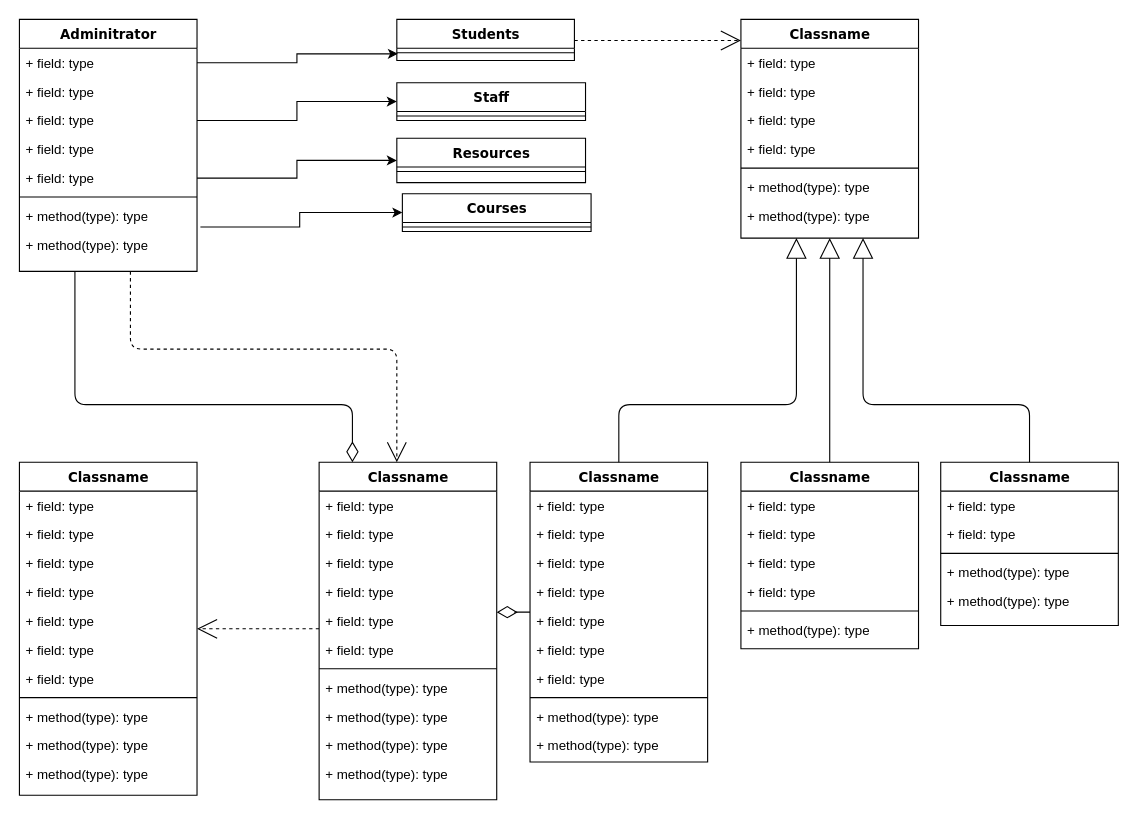
This is extra/Untitled Diagram.drawio from Laxman67/SchoolCool, a draw.io file, before an edit. Source tidied: cells renumbered, new cells numbered last; positions are measured from the earlier drawing's top-left corner, leaving out a move shared by most shapes. Both pictures are drawn from the tidied source at 111%, with x=0, y=0 at pixel (19, 19).
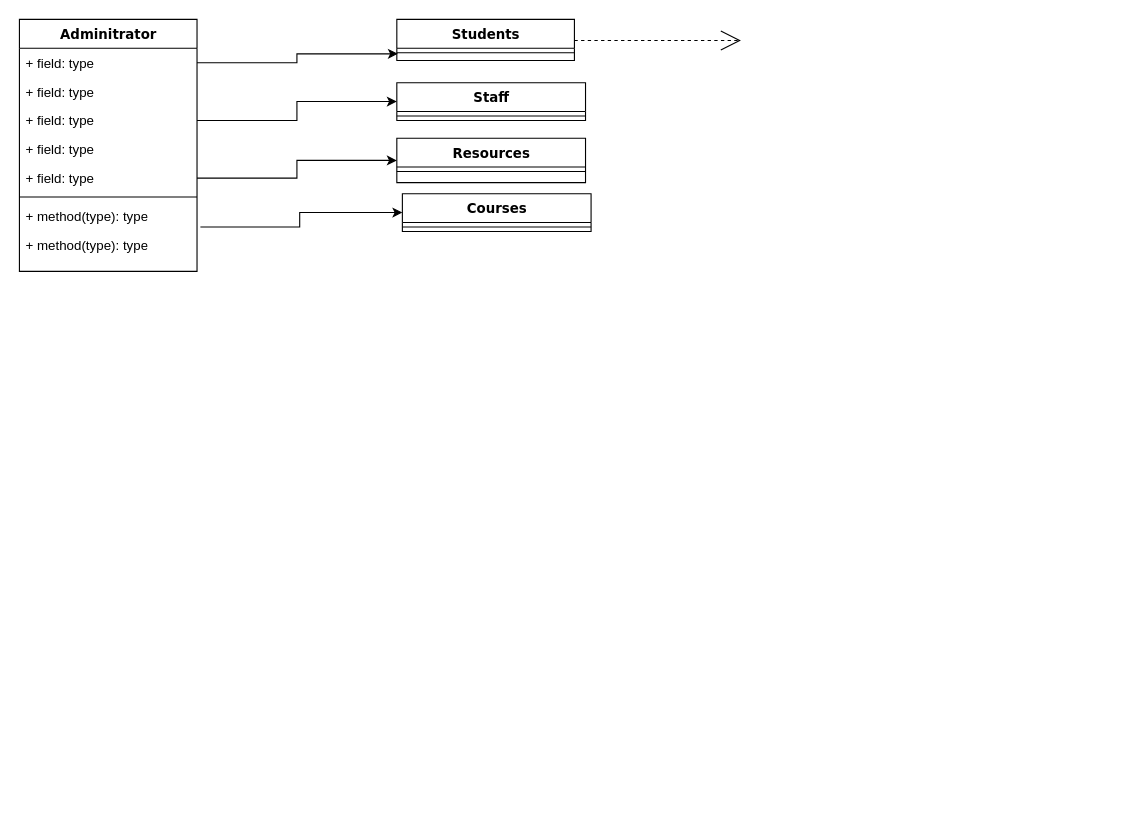
The same diagram, later.

The change refers to these unchanged cells:
```xml
<mxCell id="4" value="Adminitrator" style="swimlane;html=1;fontStyle=1;align=center;verticalAlign=top;horizontal=1;startSize=26;swimlaneFillColor=#ffffff;rounded=0;shadow=0;comic=0;labelBackgroundColor=none;strokeWidth=1;fillColor=none;fontFamily=Verdana;fontSize=12;" parent="1" vertex="1">
  <mxGeometry width="160" height="227" as="geometry" />
</mxCell>
<mxCell id="14" value="Students" style="swimlane;html=1;fontStyle=1;align=center;verticalAlign=top;horizontal=1;startSize=26;swimlaneFillColor=#ffffff;rounded=0;shadow=0;comic=0;labelBackgroundColor=none;strokeWidth=1;fillColor=none;fontFamily=Verdana;fontSize=12;" parent="1" vertex="1">
  <mxGeometry x="340" width="160" height="37" as="geometry" />
</mxCell>
```

The edit, as a diff of the source:
```diff
@@
-    <mxCell id="2" style="edgeStyle=orthogonalEdgeStyle;html=1;labelBackgroundColor=none;startFill=0;startSize=8;endArrow=open;endFill=0;endSize=16;fontFamily=Verdana;fontSize=12;dashed=1;" parent="1" edge="1" source="4" target="38">
-      <mxGeometry relative="1" as="geometry">
-        <Array as="points">
-          <mxPoint x="100" y="297" />
-          <mxPoint x="340" y="297" />
-        </Array>
-      </mxGeometry>
-    </mxCell>
-    <mxCell id="3" style="edgeStyle=orthogonalEdgeStyle;html=1;labelBackgroundColor=none;startFill=0;startSize=8;endArrow=diamondThin;endFill=0;endSize=16;fontFamily=Verdana;fontSize=12;" parent="1" edge="1" source="4" target="38">
-      <mxGeometry relative="1" as="geometry">
-        <Array as="points">
-          <mxPoint x="50" y="347" />
-          <mxPoint x="300" y="347" />
-        </Array>
-      </mxGeometry>
-    </mxCell>
@@
-    <mxCell id="13" style="edgeStyle=elbowEdgeStyle;html=1;labelBackgroundColor=none;startFill=0;startSize=8;endArrow=open;endFill=0;endSize=16;fontFamily=Verdana;fontSize=12;elbow=vertical;dashed=1;" parent="1" edge="1" source="14" target="16">
-      <mxGeometry relative="1" as="geometry" />
+    <mxCell id="13" style="edgeStyle=elbowEdgeStyle;html=1;labelBackgroundColor=none;startFill=0;startSize=8;endArrow=open;endFill=0;endSize=16;fontFamily=Verdana;fontSize=12;elbow=vertical;dashed=1;" parent="1" edge="1" source="14">
+      <mxGeometry relative="1" as="geometry">
+        <mxPoint x="650" y="19" as="targetPoint" />
+      </mxGeometry>
     </mxCell>
@@
-    <mxCell id="16" value="Classname" style="swimlane;html=1;fontStyle=1;align=center;verticalAlign=top;horizontal=1;startSize=26;swimlaneFillColor=#ffffff;rounded=0;shadow=0;comic=0;labelBackgroundColor=none;strokeWidth=1;fillColor=none;fontFamily=Verdana;fontSize=12;" parent="1" vertex="1">
-      <mxGeometry x="650" width="160" height="197" as="geometry" />
-    </mxCell>
-    <mxCell id="17" value="+ field: type" style="text;html=1;strokeColor=none;fillColor=none;align=left;verticalAlign=top;spacingLeft=4;spacingRight=4;whiteSpace=wrap;overflow=hidden;" parent="16" vertex="1">
-      <mxGeometry y="26" width="160" height="26" as="geometry" />
-    </mxCell>
-    <mxCell id="18" value="+ field: type" style="text;html=1;strokeColor=none;fillColor=none;align=left;verticalAlign=top;spacingLeft=4;spacingRight=4;whiteSpace=wrap;overflow=hidden;" parent="16" vertex="1">
-      <mxGeometry y="52" width="160" height="26" as="geometry" />
-    </mxCell>
-    <mxCell id="19" value="+ field: type" style="text;html=1;strokeColor=none;fillColor=none;align=left;verticalAlign=top;spacingLeft=4;spacingRight=4;whiteSpace=wrap;overflow=hidden;" parent="16" vertex="1">
-      <mxGeometry y="78" width="160" height="26" as="geometry" />
-    </mxCell>
-    <mxCell id="20" value="+ field: type" style="text;html=1;strokeColor=none;fillColor=none;align=left;verticalAlign=top;spacingLeft=4;spacingRight=4;whiteSpace=wrap;overflow=hidden;" parent="16" vertex="1">
-      <mxGeometry y="104" width="160" height="26" as="geometry" />
-    </mxCell>
-    <mxCell id="21" style="line;html=1;strokeWidth=1;fillColor=none;align=left;verticalAlign=middle;spacingTop=-1;spacingLeft=3;spacingRight=3;labelPosition=right;" parent="16" vertex="1">
-      <mxGeometry y="130" width="160" height="8" as="geometry" />
-    </mxCell>
-    <mxCell id="22" value="+ method(type): type" style="text;html=1;strokeColor=none;fillColor=none;align=left;verticalAlign=top;spacingLeft=4;spacingRight=4;whiteSpace=wrap;overflow=hidden;" parent="16" vertex="1">
-      <mxGeometry y="138" width="160" height="26" as="geometry" />
-    </mxCell>
-    <mxCell id="23" value="+ method(type): type" style="text;html=1;strokeColor=none;fillColor=none;align=left;verticalAlign=top;spacingLeft=4;spacingRight=4;whiteSpace=wrap;overflow=hidden;" parent="16" vertex="1">
-      <mxGeometry y="164" width="160" height="26" as="geometry" />
-    </mxCell>
-    <mxCell id="24" style="edgeStyle=elbowEdgeStyle;html=1;labelBackgroundColor=none;startFill=0;startSize=8;endArrow=open;endFill=0;endSize=16;fontFamily=Verdana;fontSize=12;elbow=vertical;dashed=1;" parent="1" edge="1" source="38" target="25">
-      <mxGeometry relative="1" as="geometry" />
-    </mxCell>
-    <mxCell id="25" value="Classname" style="swimlane;html=1;fontStyle=1;align=center;verticalAlign=top;horizontal=1;startSize=26;swimlaneFillColor=#ffffff;rounded=0;shadow=0;comic=0;labelBackgroundColor=none;strokeWidth=1;fillColor=none;fontFamily=Verdana;fontSize=12;" parent="1" vertex="1">
-      <mxGeometry y="399" width="160" height="300" as="geometry" />
-    </mxCell>
-    <mxCell id="26" value="+ field: type" style="text;html=1;strokeColor=none;fillColor=none;align=left;verticalAlign=top;spacingLeft=4;spacingRight=4;whiteSpace=wrap;overflow=hidden;" parent="25" vertex="1">
-      <mxGeometry y="26" width="160" height="26" as="geometry" />
-    </mxCell>
-    <mxCell id="27" value="+ field: type" style="text;html=1;strokeColor=none;fillColor=none;align=left;verticalAlign=top;spacingLeft=4;spacingRight=4;whiteSpace=wrap;overflow=hidden;" parent="25" vertex="1">
-      <mxGeometry y="52" width="160" height="26" as="geometry" />
-    </mxCell>
-    <mxCell id="28" value="+ field: type" style="text;html=1;strokeColor=none;fillColor=none;align=left;verticalAlign=top;spacingLeft=4;spacingRight=4;whiteSpace=wrap;overflow=hidden;" parent="25" vertex="1">
-      <mxGeometry y="78" width="160" height="26" as="geometry" />
-    </mxCell>
-    <mxCell id="29" value="+ field: type" style="text;html=1;strokeColor=none;fillColor=none;align=left;verticalAlign=top;spacingLeft=4;spacingRight=4;whiteSpace=wrap;overflow=hidden;" parent="25" vertex="1">
-      <mxGeometry y="104" width="160" height="26" as="geometry" />
-    </mxCell>
-    <mxCell id="30" value="+ field: type" style="text;html=1;strokeColor=none;fillColor=none;align=left;verticalAlign=top;spacingLeft=4;spacingRight=4;whiteSpace=wrap;overflow=hidden;" parent="25" vertex="1">
-      <mxGeometry y="130" width="160" height="26" as="geometry" />
-    </mxCell>
-    <mxCell id="31" value="+ field: type" style="text;html=1;strokeColor=none;fillColor=none;align=left;verticalAlign=top;spacingLeft=4;spacingRight=4;whiteSpace=wrap;overflow=hidden;" parent="25" vertex="1">
-      <mxGeometry y="156" width="160" height="26" as="geometry" />
-    </mxCell>
-    <mxCell id="32" value="+ field: type" style="text;html=1;strokeColor=none;fillColor=none;align=left;verticalAlign=top;spacingLeft=4;spacingRight=4;whiteSpace=wrap;overflow=hidden;" parent="25" vertex="1">
-      <mxGeometry y="182" width="160" height="26" as="geometry" />
-    </mxCell>
-    <mxCell id="33" style="line;html=1;strokeWidth=1;fillColor=none;align=left;verticalAlign=middle;spacingTop=-1;spacingLeft=3;spacingRight=3;labelPosition=right;" parent="25" vertex="1">
-      <mxGeometry y="208" width="160" height="8" as="geometry" />
-    </mxCell>
-    <mxCell id="34" value="+ method(type): type" style="text;html=1;strokeColor=none;fillColor=none;align=left;verticalAlign=top;spacingLeft=4;spacingRight=4;whiteSpace=wrap;overflow=hidden;" parent="25" vertex="1">
-      <mxGeometry y="216" width="160" height="26" as="geometry" />
-    </mxCell>
-    <mxCell id="35" value="+ method(type): type" style="text;html=1;strokeColor=none;fillColor=none;align=left;verticalAlign=top;spacingLeft=4;spacingRight=4;whiteSpace=wrap;overflow=hidden;" parent="25" vertex="1">
-      <mxGeometry y="242" width="160" height="26" as="geometry" />
-    </mxCell>
-    <mxCell id="36" value="+ method(type): type" style="text;html=1;strokeColor=none;fillColor=none;align=left;verticalAlign=top;spacingLeft=4;spacingRight=4;whiteSpace=wrap;overflow=hidden;" parent="25" vertex="1">
-      <mxGeometry y="268" width="160" height="26" as="geometry" />
-    </mxCell>
-    <mxCell id="37" style="edgeStyle=elbowEdgeStyle;html=1;labelBackgroundColor=none;startFill=0;startSize=8;endArrow=diamondThin;endFill=0;endSize=16;fontFamily=Verdana;fontSize=12;elbow=vertical;" parent="1" edge="1" source="51" target="38">
-      <mxGeometry relative="1" as="geometry" />
-    </mxCell>
-    <mxCell id="38" value="Classname" style="swimlane;html=1;fontStyle=1;align=center;verticalAlign=top;horizontal=1;startSize=26;swimlaneFillColor=#ffffff;rounded=0;shadow=0;comic=0;labelBackgroundColor=none;strokeWidth=1;fillColor=none;fontFamily=Verdana;fontSize=12;" parent="1" vertex="1">
-      <mxGeometry x="270" y="399" width="160" height="304" as="geometry" />
-    </mxCell>
-    <mxCell id="39" value="+ field: type" style="text;html=1;strokeColor=none;fillColor=none;align=left;verticalAlign=top;spacingLeft=4;spacingRight=4;whiteSpace=wrap;overflow=hidden;" parent="38" vertex="1">
-      <mxGeometry y="26" width="160" height="26" as="geometry" />
-    </mxCell>
-    <mxCell id="40" value="+ field: type" style="text;html=1;strokeColor=none;fillColor=none;align=left;verticalAlign=top;spacingLeft=4;spacingRight=4;whiteSpace=wrap;overflow=hidden;" parent="38" vertex="1">
-      <mxGeometry y="52" width="160" height="26" as="geometry" />
-    </mxCell>
-    <mxCell id="41" value="+ field: type" style="text;html=1;strokeColor=none;fillColor=none;align=left;verticalAlign=top;spacingLeft=4;spacingRight=4;whiteSpace=wrap;overflow=hidden;" parent="38" vertex="1">
-      <mxGeometry y="78" width="160" height="26" as="geometry" />
-    </mxCell>
-    <mxCell id="42" value="+ field: type" style="text;html=1;strokeColor=none;fillColor=none;align=left;verticalAlign=top;spacingLeft=4;spacingRight=4;whiteSpace=wrap;overflow=hidden;" parent="38" vertex="1">
-      <mxGeometry y="104" width="160" height="26" as="geometry" />
-    </mxCell>
-    <mxCell id="43" value="+ field: type" style="text;html=1;strokeColor=none;fillColor=none;align=left;verticalAlign=top;spacingLeft=4;spacingRight=4;whiteSpace=wrap;overflow=hidden;" parent="38" vertex="1">
-      <mxGeometry y="130" width="160" height="26" as="geometry" />
-    </mxCell>
-    <mxCell id="44" value="+ field: type" style="text;html=1;strokeColor=none;fillColor=none;align=left;verticalAlign=top;spacingLeft=4;spacingRight=4;whiteSpace=wrap;overflow=hidden;" parent="38" vertex="1">
-      <mxGeometry y="156" width="160" height="26" as="geometry" />
-    </mxCell>
-    <mxCell id="45" style="line;html=1;strokeWidth=1;fillColor=none;align=left;verticalAlign=middle;spacingTop=-1;spacingLeft=3;spacingRight=3;labelPosition=right;" parent="38" vertex="1">
-      <mxGeometry y="182" width="160" height="8" as="geometry" />
-    </mxCell>
-    <mxCell id="46" value="+ method(type): type" style="text;html=1;strokeColor=none;fillColor=none;align=left;verticalAlign=top;spacingLeft=4;spacingRight=4;whiteSpace=wrap;overflow=hidden;" parent="38" vertex="1">
-      <mxGeometry y="190" width="160" height="26" as="geometry" />
-    </mxCell>
-    <mxCell id="47" value="+ method(type): type" style="text;html=1;strokeColor=none;fillColor=none;align=left;verticalAlign=top;spacingLeft=4;spacingRight=4;whiteSpace=wrap;overflow=hidden;" parent="38" vertex="1">
-      <mxGeometry y="216" width="160" height="26" as="geometry" />
-    </mxCell>
-    <mxCell id="48" value="+ method(type): type" style="text;html=1;strokeColor=none;fillColor=none;align=left;verticalAlign=top;spacingLeft=4;spacingRight=4;whiteSpace=wrap;overflow=hidden;" parent="38" vertex="1">
-      <mxGeometry y="242" width="160" height="26" as="geometry" />
-    </mxCell>
-    <mxCell id="49" value="+ method(type): type" style="text;html=1;strokeColor=none;fillColor=none;align=left;verticalAlign=top;spacingLeft=4;spacingRight=4;whiteSpace=wrap;overflow=hidden;" parent="38" vertex="1">
-      <mxGeometry y="268" width="160" height="26" as="geometry" />
-    </mxCell>
-    <mxCell id="50" style="edgeStyle=orthogonalEdgeStyle;html=1;labelBackgroundColor=none;startFill=0;startSize=8;endArrow=block;endFill=0;endSize=16;fontFamily=Verdana;fontSize=12;" parent="1" edge="1" source="51" target="16">
-      <mxGeometry relative="1" as="geometry">
-        <Array as="points">
-          <mxPoint x="540" y="347" />
-          <mxPoint x="700" y="347" />
-        </Array>
-      </mxGeometry>
-    </mxCell>
-    <mxCell id="51" value="Classname" style="swimlane;html=1;fontStyle=1;align=center;verticalAlign=top;horizontal=1;startSize=26;swimlaneFillColor=#ffffff;rounded=0;shadow=0;comic=0;labelBackgroundColor=none;strokeWidth=1;fillColor=none;fontFamily=Verdana;fontSize=12;" parent="1" vertex="1">
-      <mxGeometry x="460" y="399" width="160" height="270" as="geometry" />
-    </mxCell>
-    <mxCell id="52" value="+ field: type" style="text;html=1;strokeColor=none;fillColor=none;align=left;verticalAlign=top;spacingLeft=4;spacingRight=4;whiteSpace=wrap;overflow=hidden;" parent="51" vertex="1">
-      <mxGeometry y="26" width="160" height="26" as="geometry" />
-    </mxCell>
-    <mxCell id="53" value="+ field: type" style="text;html=1;strokeColor=none;fillColor=none;align=left;verticalAlign=top;spacingLeft=4;spacingRight=4;whiteSpace=wrap;overflow=hidden;" parent="51" vertex="1">
-      <mxGeometry y="52" width="160" height="26" as="geometry" />
-    </mxCell>
-    <mxCell id="54" value="+ field: type" style="text;html=1;strokeColor=none;fillColor=none;align=left;verticalAlign=top;spacingLeft=4;spacingRight=4;whiteSpace=wrap;overflow=hidden;" parent="51" vertex="1">
-      <mxGeometry y="78" width="160" height="26" as="geometry" />
-    </mxCell>
-    <mxCell id="55" value="+ field: type" style="text;html=1;strokeColor=none;fillColor=none;align=left;verticalAlign=top;spacingLeft=4;spacingRight=4;whiteSpace=wrap;overflow=hidden;" parent="51" vertex="1">
-      <mxGeometry y="104" width="160" height="26" as="geometry" />
-    </mxCell>
-    <mxCell id="56" value="+ field: type" style="text;html=1;strokeColor=none;fillColor=none;align=left;verticalAlign=top;spacingLeft=4;spacingRight=4;whiteSpace=wrap;overflow=hidden;" parent="51" vertex="1">
-      <mxGeometry y="130" width="160" height="26" as="geometry" />
-    </mxCell>
-    <mxCell id="57" value="+ field: type" style="text;html=1;strokeColor=none;fillColor=none;align=left;verticalAlign=top;spacingLeft=4;spacingRight=4;whiteSpace=wrap;overflow=hidden;" parent="51" vertex="1">
-      <mxGeometry y="156" width="160" height="26" as="geometry" />
-    </mxCell>
-    <mxCell id="58" value="+ field: type" style="text;html=1;strokeColor=none;fillColor=none;align=left;verticalAlign=top;spacingLeft=4;spacingRight=4;whiteSpace=wrap;overflow=hidden;" parent="51" vertex="1">
-      <mxGeometry y="182" width="160" height="26" as="geometry" />
-    </mxCell>
-    <mxCell id="59" style="line;html=1;strokeWidth=1;fillColor=none;align=left;verticalAlign=middle;spacingTop=-1;spacingLeft=3;spacingRight=3;labelPosition=right;" parent="51" vertex="1">
-      <mxGeometry y="208" width="160" height="8" as="geometry" />
-    </mxCell>
-    <mxCell id="60" value="+ method(type): type" style="text;html=1;strokeColor=none;fillColor=none;align=left;verticalAlign=top;spacingLeft=4;spacingRight=4;whiteSpace=wrap;overflow=hidden;" parent="51" vertex="1">
-      <mxGeometry y="216" width="160" height="26" as="geometry" />
-    </mxCell>
-    <mxCell id="61" value="+ method(type): type" style="text;html=1;strokeColor=none;fillColor=none;align=left;verticalAlign=top;spacingLeft=4;spacingRight=4;whiteSpace=wrap;overflow=hidden;" parent="51" vertex="1">
-      <mxGeometry y="242" width="160" height="26" as="geometry" />
-    </mxCell>
-    <mxCell id="62" style="edgeStyle=orthogonalEdgeStyle;html=1;labelBackgroundColor=none;startFill=0;startSize=8;endArrow=block;endFill=0;endSize=16;fontFamily=Verdana;fontSize=12;" parent="1" edge="1" source="63" target="16">
-      <mxGeometry relative="1" as="geometry" />
-    </mxCell>
-    <mxCell id="63" value="Classname" style="swimlane;html=1;fontStyle=1;align=center;verticalAlign=top;horizontal=1;startSize=26;swimlaneFillColor=#ffffff;rounded=0;shadow=0;comic=0;labelBackgroundColor=none;strokeWidth=1;fillColor=none;fontFamily=Verdana;fontSize=12;" parent="1" vertex="1">
-      <mxGeometry x="650" y="399" width="160" height="168" as="geometry" />
-    </mxCell>
-    <mxCell id="64" value="+ field: type" style="text;html=1;strokeColor=none;fillColor=none;align=left;verticalAlign=top;spacingLeft=4;spacingRight=4;whiteSpace=wrap;overflow=hidden;" parent="63" vertex="1">
-      <mxGeometry y="26" width="160" height="26" as="geometry" />
-    </mxCell>
-    <mxCell id="65" value="+ field: type" style="text;html=1;strokeColor=none;fillColor=none;align=left;verticalAlign=top;spacingLeft=4;spacingRight=4;whiteSpace=wrap;overflow=hidden;" parent="63" vertex="1">
-      <mxGeometry y="52" width="160" height="26" as="geometry" />
-    </mxCell>
-    <mxCell id="66" value="+ field: type" style="text;html=1;strokeColor=none;fillColor=none;align=left;verticalAlign=top;spacingLeft=4;spacingRight=4;whiteSpace=wrap;overflow=hidden;" parent="63" vertex="1">
-      <mxGeometry y="78" width="160" height="26" as="geometry" />
-    </mxCell>
-    <mxCell id="67" value="+ field: type" style="text;html=1;strokeColor=none;fillColor=none;align=left;verticalAlign=top;spacingLeft=4;spacingRight=4;whiteSpace=wrap;overflow=hidden;" parent="63" vertex="1">
-      <mxGeometry y="104" width="160" height="26" as="geometry" />
-    </mxCell>
-    <mxCell id="68" style="line;html=1;strokeWidth=1;fillColor=none;align=left;verticalAlign=middle;spacingTop=-1;spacingLeft=3;spacingRight=3;labelPosition=right;" parent="63" vertex="1">
-      <mxGeometry y="130" width="160" height="8" as="geometry" />
-    </mxCell>
-    <mxCell id="69" value="+ method(type): type" style="text;html=1;strokeColor=none;fillColor=none;align=left;verticalAlign=top;spacingLeft=4;spacingRight=4;whiteSpace=wrap;overflow=hidden;" parent="63" vertex="1">
-      <mxGeometry y="138" width="160" height="26" as="geometry" />
-    </mxCell>
-    <mxCell id="70" style="edgeStyle=orthogonalEdgeStyle;html=1;labelBackgroundColor=none;startFill=0;startSize=8;endArrow=block;endFill=0;endSize=16;fontFamily=Verdana;fontSize=12;" parent="1" edge="1" source="71" target="16">
-      <mxGeometry relative="1" as="geometry">
-        <Array as="points">
-          <mxPoint x="910" y="347" />
-          <mxPoint x="760" y="347" />
-        </Array>
-      </mxGeometry>
-    </mxCell>
-    <mxCell id="71" value="Classname" style="swimlane;html=1;fontStyle=1;align=center;verticalAlign=top;horizontal=1;startSize=26;swimlaneFillColor=#ffffff;rounded=0;shadow=0;comic=0;labelBackgroundColor=none;strokeWidth=1;fillColor=none;fontFamily=Verdana;fontSize=12;" parent="1" vertex="1">
-      <mxGeometry x="830" y="399" width="160" height="147" as="geometry" />
-    </mxCell>
-    <mxCell id="72" value="+ field: type" style="text;html=1;strokeColor=none;fillColor=none;align=left;verticalAlign=top;spacingLeft=4;spacingRight=4;whiteSpace=wrap;overflow=hidden;" parent="71" vertex="1">
-      <mxGeometry y="26" width="160" height="26" as="geometry" />
-    </mxCell>
-    <mxCell id="73" value="+ field: type" style="text;html=1;strokeColor=none;fillColor=none;align=left;verticalAlign=top;spacingLeft=4;spacingRight=4;whiteSpace=wrap;overflow=hidden;" parent="71" vertex="1">
-      <mxGeometry y="52" width="160" height="26" as="geometry" />
-    </mxCell>
-    <mxCell id="74" style="line;html=1;strokeWidth=1;fillColor=none;align=left;verticalAlign=middle;spacingTop=-1;spacingLeft=3;spacingRight=3;labelPosition=right;" parent="71" vertex="1">
-      <mxGeometry y="78" width="160" height="8" as="geometry" />
-    </mxCell>
-    <mxCell id="75" value="+ method(type): type" style="text;html=1;strokeColor=none;fillColor=none;align=left;verticalAlign=top;spacingLeft=4;spacingRight=4;whiteSpace=wrap;overflow=hidden;" parent="71" vertex="1">
-      <mxGeometry y="86" width="160" height="26" as="geometry" />
-    </mxCell>
-    <mxCell id="76" value="+ method(type): type" style="text;html=1;strokeColor=none;fillColor=none;align=left;verticalAlign=top;spacingLeft=4;spacingRight=4;whiteSpace=wrap;overflow=hidden;" parent="71" vertex="1">
-      <mxGeometry y="112" width="160" height="26" as="geometry" />
-    </mxCell>
```
